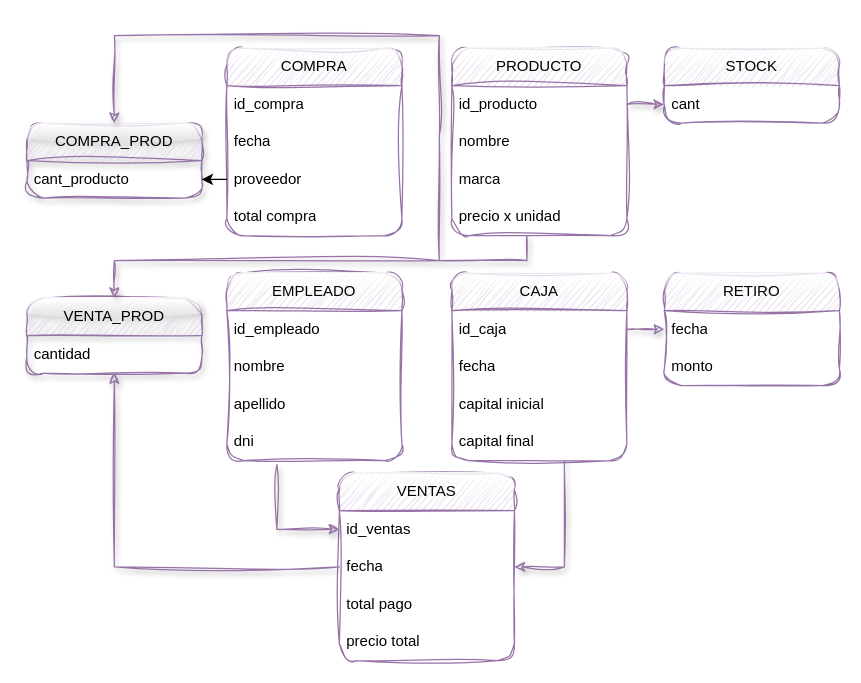
Earlier version of the draw.io diagram comercio_generico_diagrama_clase.drawio (SrOcra/primeros-pasos). Source tidied: cells renumbered, new cells numbered last; positions are measured from the earlier drawing's top-left corner, leaving out a move shared by most shapes. Both pictures are drawn from the tidied source at 125%, with x=0, y=0 at pixel (26, 35).
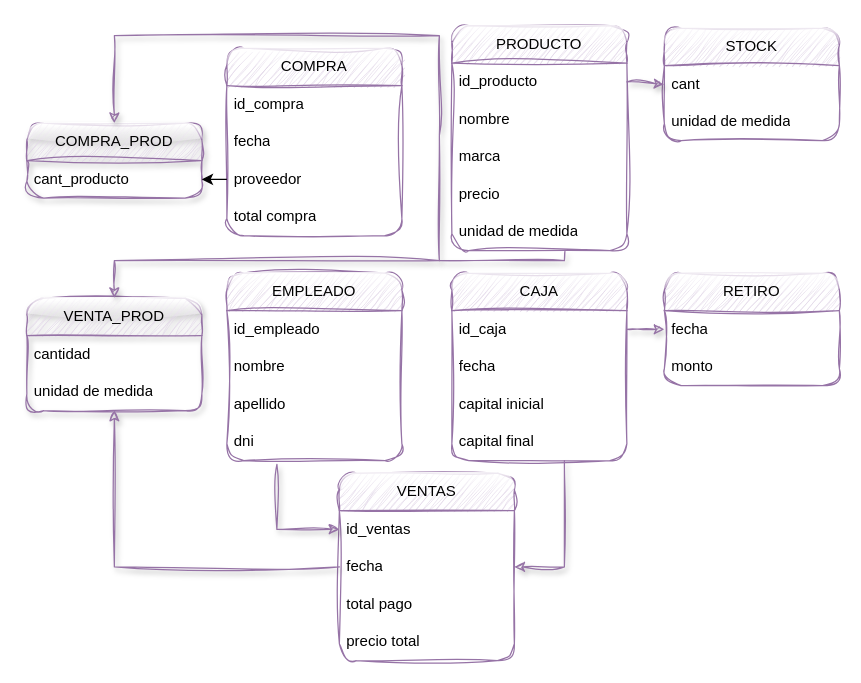
After the change.

Unchanged cells that the change refers to:
```xml
<mxCell id="29" value="fecha" style="text;strokeColor=none;fillColor=none;align=left;verticalAlign=middle;spacingLeft=4;spacingRight=4;overflow=hidden;points=[[0,0.5],[1,0.5]];portConstraint=eastwest;whiteSpace=wrap;html=1;" parent="27" vertex="1">
  <mxGeometry y="60" width="140" height="30" as="geometry" />
</mxCell>
<mxCell id="34" value="COMPRA_PROD" style="swimlane;fontStyle=0;horizontal=1;startSize=30;whiteSpace=wrap;html=1;sketch=1;curveFitting=1;jiggle=2;shadow=1;glass=1;rounded=1;fillColor=#e1d5e7;strokeColor=#9673a6;" parent="1" vertex="1">
  <mxGeometry y="70" width="140" height="60" as="geometry" />
</mxCell>
<mxCell id="39" value="cantidad" style="text;strokeColor=none;fillColor=none;align=left;verticalAlign=middle;spacingLeft=4;spacingRight=4;overflow=hidden;points=[[0,0.5],[1,0.5]];portConstraint=eastwest;whiteSpace=wrap;html=1;shadow=1;rounded=1;" parent="38" vertex="1">
  <mxGeometry y="30" width="140" height="30" as="geometry" />
</mxCell>
```

Diff of the diagram source:
```diff
@@
     <mxCell id="2" value="PRODUCTO" style="swimlane;fontStyle=0;horizontal=1;startSize=30;whiteSpace=wrap;html=1;fillColor=#e1d5e7;strokeColor=#9673a6;glass=1;rounded=1;sketch=1;curveFitting=1;jiggle=2;" parent="1" vertex="1">
-      <mxGeometry x="340" y="10" width="140" height="150" as="geometry" />
+      <mxGeometry x="340" y="-8" width="140" height="180" as="geometry" />
     </mxCell>
@@
-    <mxCell id="6" value="precio x unidad" style="text;strokeColor=none;fillColor=none;align=left;verticalAlign=middle;spacingLeft=4;spacingRight=4;overflow=hidden;points=[[0,0.5],[1,0.5]];portConstraint=eastwest;whiteSpace=wrap;html=1;" parent="2" vertex="1">
+    <mxCell id="6" value="precio" style="text;strokeColor=none;fillColor=none;align=left;verticalAlign=middle;spacingLeft=4;spacingRight=4;overflow=hidden;points=[[0,0.5],[1,0.5]];portConstraint=eastwest;whiteSpace=wrap;html=1;" parent="2" vertex="1">
       <mxGeometry y="120" width="140" height="30" as="geometry" />
     </mxCell>
+    <mxCell id="44" value="unidad de medida" style="text;strokeColor=none;fillColor=none;align=left;verticalAlign=middle;spacingLeft=4;spacingRight=4;overflow=hidden;points=[[0,0.5],[1,0.5]];portConstraint=eastwest;whiteSpace=wrap;html=1;" parent="2" vertex="1">
+      <mxGeometry y="150" width="140" height="30" as="geometry" />
+    </mxCell>
     <mxCell id="7" value="STOCK" style="swimlane;fontStyle=0;horizontal=1;startSize=30;whiteSpace=wrap;html=1;glass=1;sketch=1;curveFitting=1;jiggle=2;rounded=1;fillColor=#e1d5e7;strokeColor=#9673a6;" parent="1" vertex="1">
-      <mxGeometry x="510" y="10" width="140" height="60" as="geometry" />
+      <mxGeometry x="510" y="-6" width="140" height="90" as="geometry" />
     </mxCell>
@@
+    <mxCell id="45" value="unidad de medida" style="text;strokeColor=none;fillColor=none;align=left;verticalAlign=middle;spacingLeft=4;spacingRight=4;overflow=hidden;whiteSpace=wrap;html=1;" parent="7" vertex="1">
+      <mxGeometry y="60" width="140" height="30" as="geometry" />
+    </mxCell>
@@
-    <mxCell id="36" style="endArrow=classic;html=1;rounded=0;entryX=0.5;entryY=0;entryDx=0;entryDy=0;exitX=0.429;exitY=1;exitDx=0;exitDy=0;exitPerimeter=0;sketch=1;curveFitting=1;jiggle=2;shadow=1;fillColor=#e1d5e7;strokeColor=#9673a6;" parent="1" edge="1" source="6" target="34">
+    <mxCell id="36" style="endArrow=classic;html=1;rounded=0;entryX=0.5;entryY=0;entryDx=0;entryDy=0;sketch=1;curveFitting=1;jiggle=2;shadow=1;fillColor=#e1d5e7;strokeColor=#9673a6;exitX=0.646;exitY=1.02;exitDx=0;exitDy=0;exitPerimeter=0;" parent="1" edge="1" source="44" target="34">
       <mxGeometry relative="1" as="geometry">
         <Array as="points">
-          <mxPoint x="400" y="180" />
+          <mxPoint x="430" y="180" />
           <mxPoint x="330" y="180" />
           <mxPoint x="330" y="80" />
           <mxPoint x="330" />
           <mxPoint x="70" />
         </Array>
       </mxGeometry>
     </mxCell>
@@
     <mxCell id="38" value="VENTA_PROD" style="swimlane;fontStyle=0;horizontal=1;startSize=30;whiteSpace=wrap;html=1;glass=1;rounded=1;sketch=1;curveFitting=1;jiggle=2;shadow=1;fillColor=#e1d5e7;strokeColor=#9673a6;" parent="1" vertex="1">
-      <mxGeometry y="210" width="140" height="60" as="geometry" />
+      <mxGeometry y="210" width="140" height="90" as="geometry" />
     </mxCell>
@@
+    <mxCell id="46" value="unidad de medida" style="text;strokeColor=none;fillColor=none;align=left;verticalAlign=middle;spacingLeft=4;spacingRight=4;overflow=hidden;whiteSpace=wrap;html=1;shadow=1;rounded=1;" parent="38" vertex="1">
+      <mxGeometry y="60" width="140" height="30" as="geometry" />
+    </mxCell>
@@
-    <mxCell id="41" style="endArrow=classic;html=1;rounded=0;exitX=0;exitY=0.5;exitDx=0;exitDy=0;fillColor=#e1d5e7;strokeColor=#9673a6;sketch=1;curveFitting=1;jiggle=2;shadow=1;" parent="1" edge="1" source="29" target="39">
+    <mxCell id="41" style="endArrow=classic;html=1;rounded=0;exitX=0;exitY=0.5;exitDx=0;exitDy=0;fillColor=#e1d5e7;strokeColor=#9673a6;sketch=1;curveFitting=1;jiggle=2;shadow=1;" parent="1" edge="1" source="29">
       <mxGeometry relative="1" as="geometry">
+        <mxPoint x="70" y="300" as="targetPoint" />
         <Array as="points">
           <mxPoint x="70" y="425" />
         </Array>
       </mxGeometry>
     </mxCell>
```
